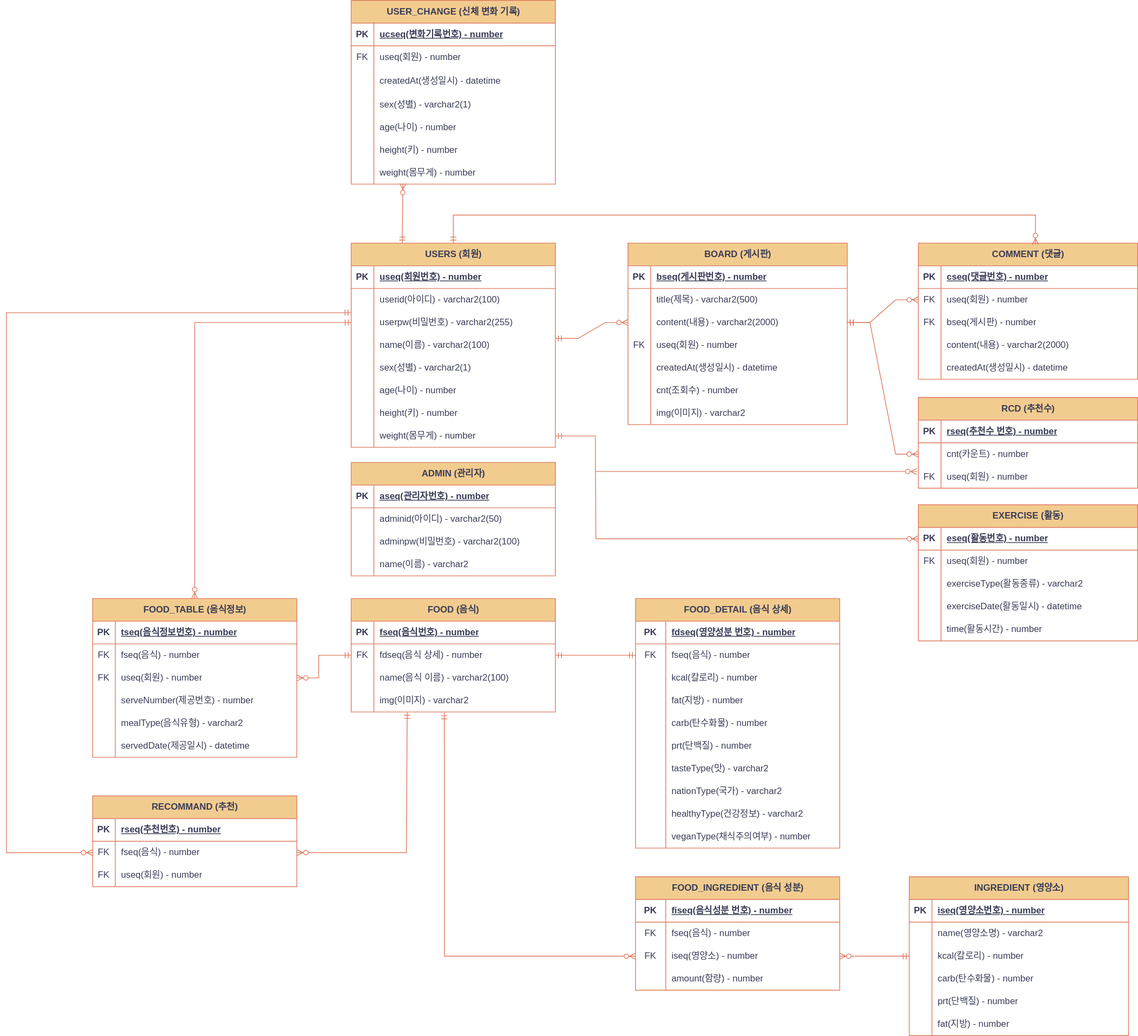
The draw.io diagram document/DietProject-ERD.svg in checkIn97/Diet-Project, before a commit. Source tidied: cells renumbered, new cells last; positions are measured from the earlier drawing's top-left corner, leaving out a move shared by most shapes.
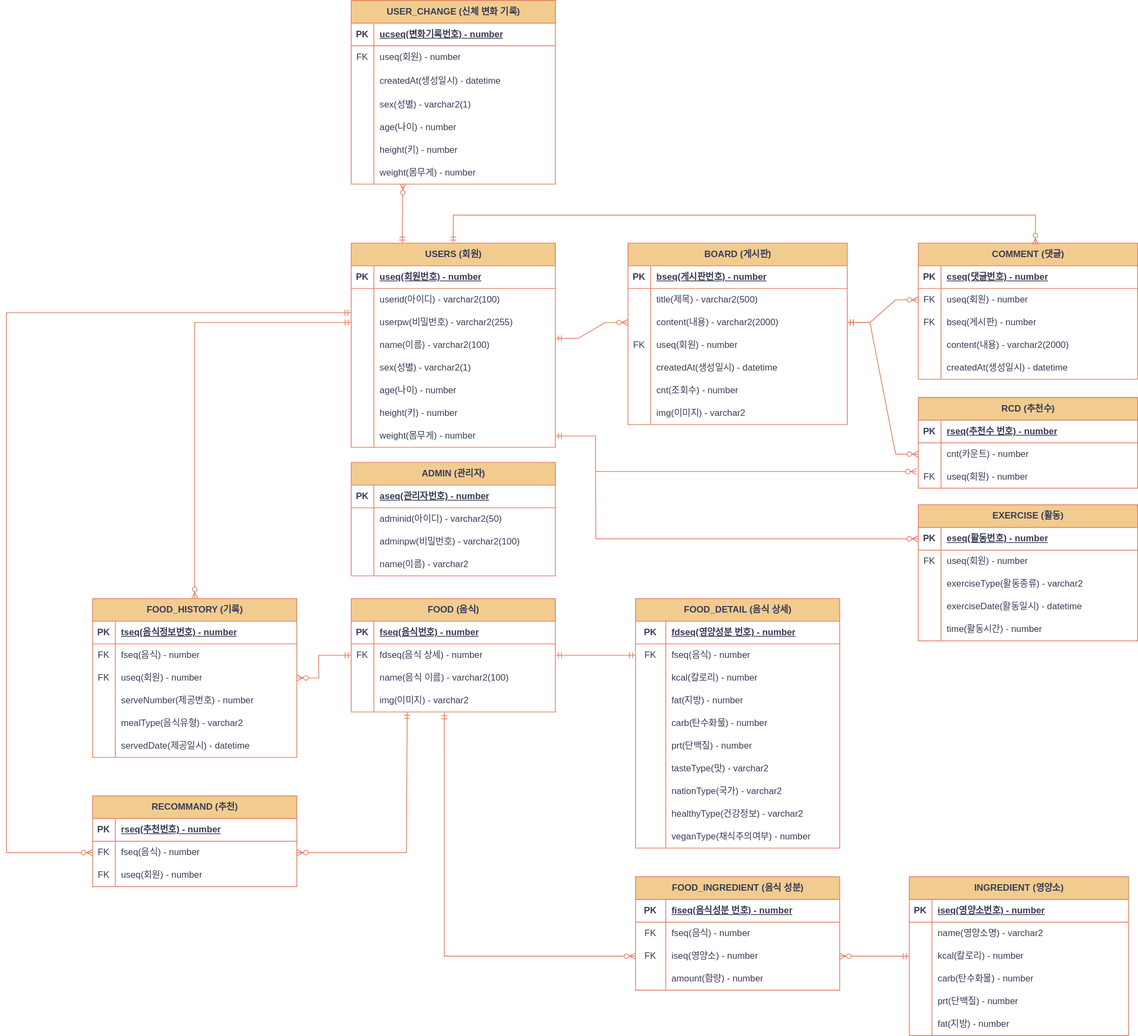
Later version of the same file.

The edit, as a diff of the source:
```diff
@@ -532,7 +532,7 @@
         </Array>
       </mxGeometry>
     </mxCell>
-    <mxCell id="169" value="FOOD_TABLE (음식정보)" style="shape=table;startSize=30;rowLines=0;fontStyle=1;align=center;html=1;labelBackgroundColor=none;fillColor=#F2CC8F;strokeColor=#E07A5F;fontColor=#393C56;" parent="1" vertex="1">
+    <mxCell id="169" value="FOOD_HISTORY (기록)" style="shape=table;startSize=30;rowLines=0;fontStyle=1;align=center;html=1;labelBackgroundColor=none;fillColor=#F2CC8F;strokeColor=#E07A5F;fontColor=#393C56;" parent="1" vertex="1">
       <mxGeometry x="114" y="791" width="270" height="210" as="geometry" />
     </mxCell>
     <mxCell id="170" style="shape=tableRow;horizontal=0;startSize=0;swimlaneHead=0;swimlaneBody=0;fillColor=none;top=0;left=0;right=0;bottom=1;labelBackgroundColor=none;strokeColor=#E07A5F;fontColor=#393C56;" parent="169" vertex="1">
```
